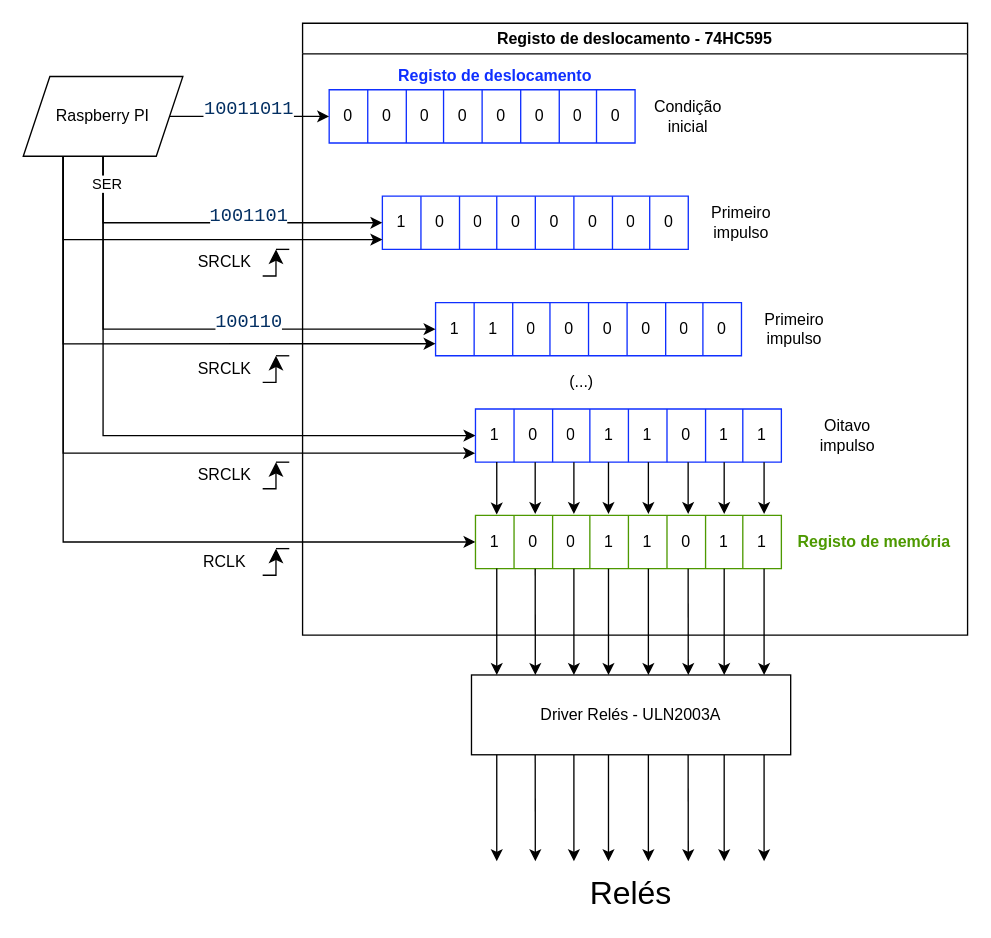
This is diagramas/registo deslocamente.drawio from eddygrinder/LaRE, a draw.io file, before an edit. Source tidied: cells renumbered, new cells numbered last; positions are measured from the earlier drawing's top-left corner, leaving out a move shared by most shapes. Both pictures are drawn from the tidied source at 133%, with x=0, y=0 at pixel (23, 23).
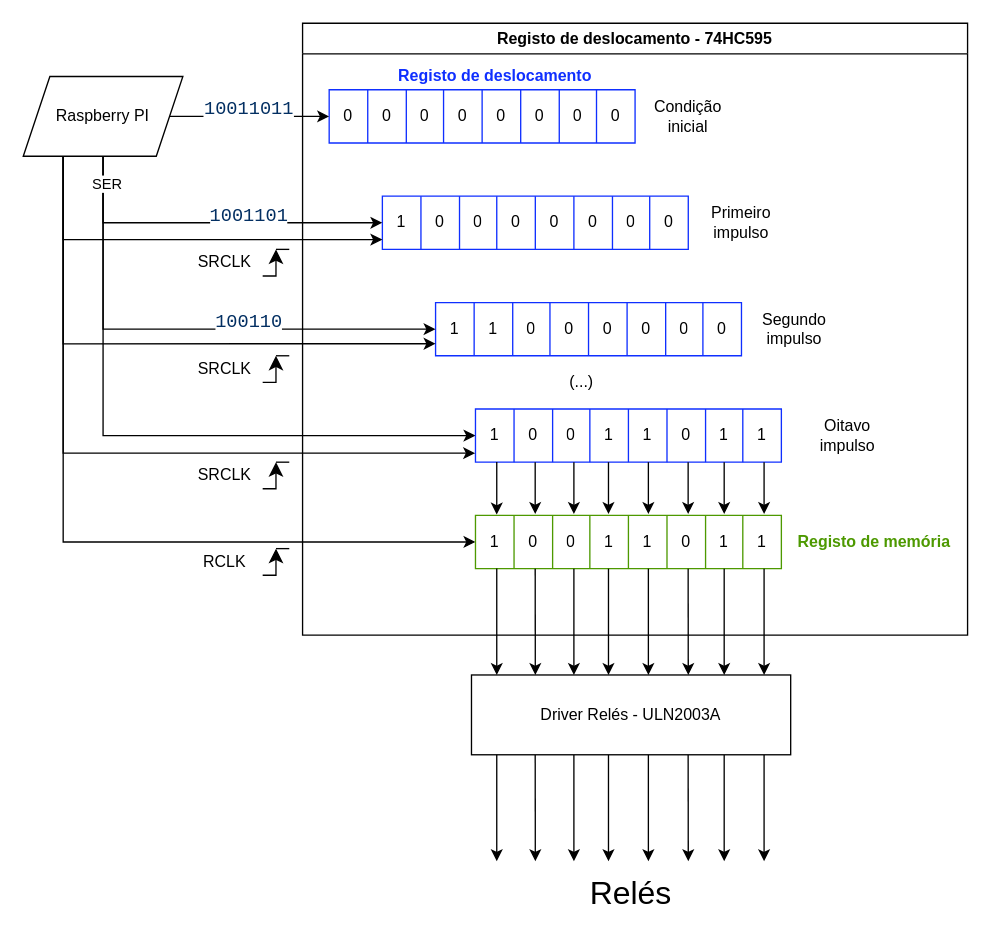
The same diagram, later.

What changed in the source:
```diff
@@
-    <mxCell id="55" value="Primeiro impulso" style="text;html=1;align=center;verticalAlign=middle;whiteSpace=wrap;rounded=0;" parent="1" vertex="1">
+    <mxCell id="55" value="Segundo&lt;div&gt;impulso&lt;/div&gt;" style="text;html=1;align=center;verticalAlign=middle;whiteSpace=wrap;rounded=0;" parent="1" vertex="1">
       <mxGeometry x="550" y="215" width="60" height="30" as="geometry" />
     </mxCell>
```
